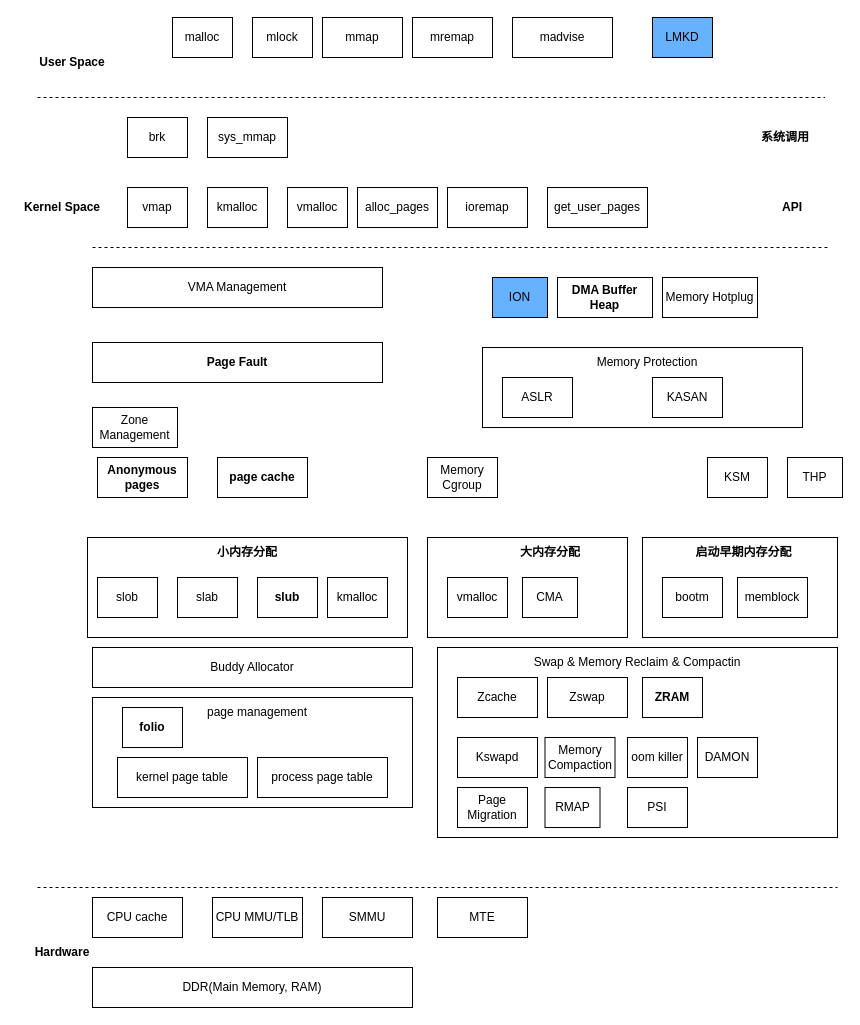
michaelyaoxxx/draw_io keeps this draw.io diagram as page "Overview" (1 of 2) of linux_mm.drawio. Above is the earlier version. Source tidied: cells renumbered, new cells numbered last; positions are measured from the earlier drawing's top-left corner, leaving out a move shared by most shapes. Both pictures are drawn from the tidied source at 100%, with x=0, y=0 at pixel (17, 17).
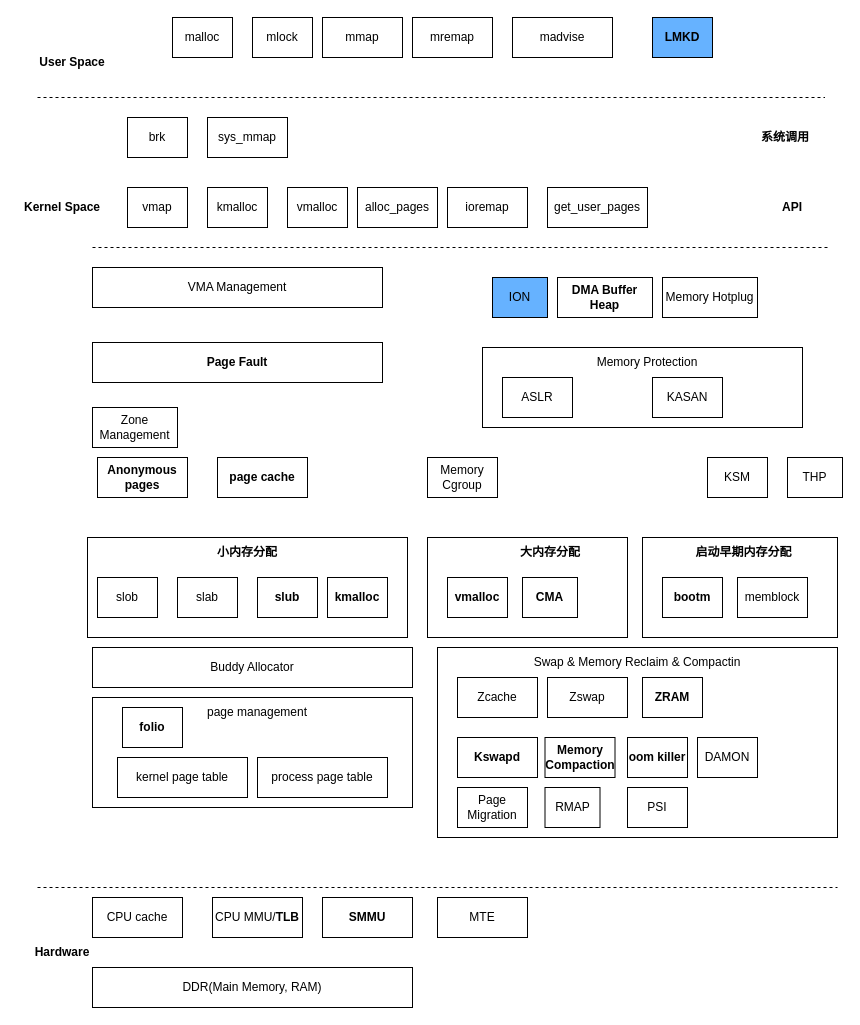
Above is the later version.

What changed in the source:
```diff
@@
-    <mxCell id="8" value="CPU MMU/TLB" style="rounded=0;whiteSpace=wrap;html=1;" parent="1" vertex="1">
+    <mxCell id="8" value="CPU MMU/&lt;b&gt;TLB&lt;/b&gt;" style="rounded=0;whiteSpace=wrap;html=1;" parent="1" vertex="1">
       <mxGeometry x="195" y="880" width="90" height="40" as="geometry" />
     </mxCell>
-    <mxCell id="9" value="SMMU" style="rounded=0;whiteSpace=wrap;html=1;" parent="1" vertex="1">
+    <mxCell id="9" value="&lt;b&gt;SMMU&lt;/b&gt;" style="rounded=0;whiteSpace=wrap;html=1;" parent="1" vertex="1">
       <mxGeometry x="305" y="880" width="90" height="40" as="geometry" />
     </mxCell>
@@
-    <mxCell id="20" value="Memory Compaction" style="rounded=0;whiteSpace=wrap;html=1;" parent="1" vertex="1">
+    <mxCell id="20" value="&lt;b&gt;Memory Compaction&lt;/b&gt;" style="rounded=0;whiteSpace=wrap;html=1;" parent="1" vertex="1">
       <mxGeometry x="527.5" y="720" width="70" height="40" as="geometry" />
     </mxCell>
@@
-    <mxCell id="28" value="CMA" style="rounded=0;whiteSpace=wrap;html=1;" parent="1" vertex="1">
+    <mxCell id="28" value="&lt;b&gt;CMA&lt;/b&gt;" style="rounded=0;whiteSpace=wrap;html=1;" parent="1" vertex="1">
       <mxGeometry x="505" y="560" width="55" height="40" as="geometry" />
     </mxCell>
-    <mxCell id="29" value="Kswapd" style="rounded=0;whiteSpace=wrap;html=1;" parent="1" vertex="1">
+    <mxCell id="29" value="&lt;b&gt;Kswapd&lt;/b&gt;" style="rounded=0;whiteSpace=wrap;html=1;" parent="1" vertex="1">
       <mxGeometry x="440" y="720" width="80" height="40" as="geometry" />
     </mxCell>
@@
-    <mxCell id="32" value="oom killer" style="rounded=0;whiteSpace=wrap;html=1;" parent="1" vertex="1">
+    <mxCell id="32" value="&lt;b&gt;oom killer&lt;/b&gt;" style="rounded=0;whiteSpace=wrap;html=1;" parent="1" vertex="1">
       <mxGeometry x="610" y="720" width="60" height="40" as="geometry" />
     </mxCell>
@@
-    <mxCell id="53" value="vmalloc" style="rounded=0;whiteSpace=wrap;html=1;" parent="1" vertex="1">
+    <mxCell id="53" value="&lt;b&gt;vmalloc&lt;/b&gt;" style="rounded=0;whiteSpace=wrap;html=1;" parent="1" vertex="1">
       <mxGeometry x="430" y="560" width="60" height="40" as="geometry" />
     </mxCell>
-    <mxCell id="54" value="kmalloc" style="rounded=0;whiteSpace=wrap;html=1;" parent="1" vertex="1">
+    <mxCell id="54" value="&lt;b&gt;kmalloc&lt;/b&gt;" style="rounded=0;whiteSpace=wrap;html=1;" parent="1" vertex="1">
       <mxGeometry x="310" y="560" width="60" height="40" as="geometry" />
     </mxCell>
@@
-    <mxCell id="71" value="bootm" style="rounded=0;whiteSpace=wrap;html=1;" parent="1" vertex="1">
+    <mxCell id="71" value="&lt;b&gt;bootm&lt;/b&gt;" style="rounded=0;whiteSpace=wrap;html=1;" parent="1" vertex="1">
       <mxGeometry x="645" y="560" width="60" height="40" as="geometry" />
     </mxCell>
@@
-    <mxCell id="74" value="LMKD" style="rounded=0;whiteSpace=wrap;html=1;fillColor=#66B2FF;" parent="1" vertex="1">
+    <mxCell id="74" value="LMKD" style="rounded=0;whiteSpace=wrap;html=1;fillColor=#66B2FF;fontStyle=1;" parent="1" vertex="1">
       <mxGeometry x="635" width="60" height="40" as="geometry" />
     </mxCell>
```
